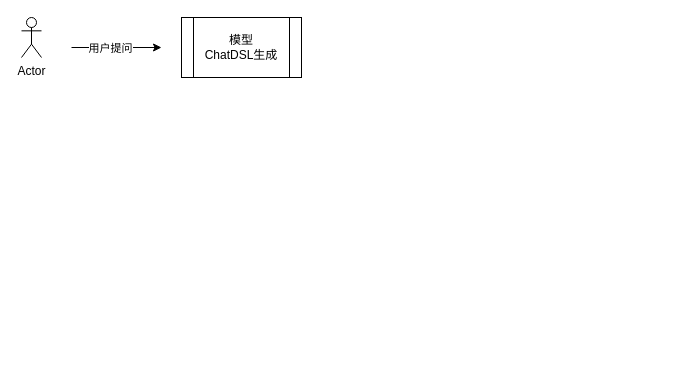
zousiquan/design-drawing keeps this draw.io diagram as Chatbi规则引擎.drawio. Above is the earlier version. Source tidied: cells renumbered, new cells numbered last; positions are measured from the earlier drawing's top-left corner, leaving out a move shared by most shapes. Both pictures are drawn from the tidied source at 100%, with x=0, y=0 at pixel (21, 17).
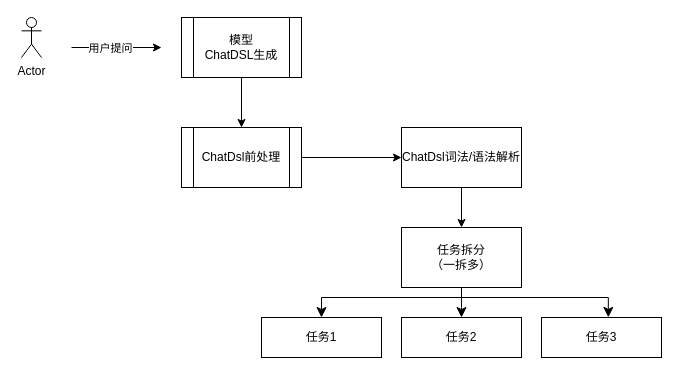
After the change.

Commit message (it also covers changes not shown here):
更新Chatbi规则引擎.drawio

Unchanged cells that the change refers to:
```xml
<mxCell id="5" value="模型&lt;div&gt;ChatDSL&lt;span style=&quot;background-color: transparent;&quot;&gt;生成&lt;/span&gt;&lt;/div&gt;" style="shape=process;whiteSpace=wrap;html=1;backgroundOutline=1;" parent="1" vertex="1">
  <mxGeometry x="160" width="120" height="60" as="geometry" />
</mxCell>
```

What changed in the source:
```diff
@@
+    <mxCell id="6" style="edgeStyle=orthogonalEdgeStyle;rounded=0;jettySize=auto;html=1;" parent="1" edge="1" source="5" target="8">
+      <mxGeometry relative="1" as="geometry" />
+    </mxCell>
@@
+    <mxCell id="7" style="edgeStyle=orthogonalEdgeStyle;rounded=0;jettySize=auto;html=1;" parent="1" edge="1" source="8" target="10">
+      <mxGeometry relative="1" as="geometry" />
+    </mxCell>
+    <mxCell id="8" value="ChatDsl前处理" style="shape=process;whiteSpace=wrap;html=1;backgroundOutline=1;" parent="1" vertex="1">
+      <mxGeometry x="160" y="110" width="120" height="60" as="geometry" />
+    </mxCell>
+    <mxCell id="9" style="edgeStyle=orthogonalEdgeStyle;rounded=0;jettySize=auto;html=1;" parent="1" edge="1" source="10" target="11">
+      <mxGeometry relative="1" as="geometry" />
+    </mxCell>
+    <mxCell id="10" value="ChatDsl词法/语法解析" style="whiteSpace=wrap;html=1;" parent="1" vertex="1">
+      <mxGeometry x="380" y="110" width="120" height="60" as="geometry" />
+    </mxCell>
+    <mxCell id="11" value="任务拆分&lt;div&gt;（一拆多）&lt;/div&gt;" style="whiteSpace=wrap;html=1;" parent="1" vertex="1">
+      <mxGeometry x="380" y="210" width="120" height="60" as="geometry" />
+    </mxCell>
+    <mxCell id="12" value="任务1" style="whiteSpace=wrap;html=1;" parent="1" vertex="1">
+      <mxGeometry x="240" y="300" width="120" height="40" as="geometry" />
+    </mxCell>
+    <mxCell id="13" value="任务2" style="whiteSpace=wrap;html=1;" parent="1" vertex="1">
+      <mxGeometry x="380" y="300" width="120" height="40" as="geometry" />
+    </mxCell>
+    <mxCell id="14" value="任务3" style="whiteSpace=wrap;html=1;" parent="1" vertex="1">
+      <mxGeometry x="520" y="300" width="120" height="40" as="geometry" />
+    </mxCell>
+    <mxCell id="15" style="edgeStyle=elbowEdgeStyle;elbow=vertical;endArrow=classic;html=1;curved=0;rounded=0;endSize=8;startSize=8;exitX=0.5;exitY=1;exitDx=0;exitDy=0;entryX=0.5;entryY=0;entryDx=0;entryDy=0;" parent="1" edge="1" target="12">
+      <mxGeometry relative="1" as="geometry">
+        <mxPoint x="440" y="280" as="sourcePoint" />
+        <Array as="points">
+          <mxPoint x="350" y="280" />
+        </Array>
+      </mxGeometry>
+    </mxCell>
+    <mxCell id="16" style="edgeStyle=elbowEdgeStyle;elbow=vertical;endArrow=classic;html=1;curved=0;rounded=0;endSize=8;startSize=8;exitX=0.5;exitY=1;exitDx=0;exitDy=0;entryX=0.5;entryY=0;entryDx=0;entryDy=0;" parent="1" edge="1" source="11" target="13">
+      <mxGeometry relative="1" as="geometry">
+        <Array as="points">
+          <mxPoint x="450" y="290" />
+        </Array>
+      </mxGeometry>
+    </mxCell>
+    <mxCell id="17" style="edgeStyle=elbowEdgeStyle;elbow=vertical;endArrow=classic;html=1;curved=0;rounded=0;endSize=8;startSize=8;exitX=0.5;exitY=1;exitDx=0;exitDy=0;entryX=0.557;entryY=-0.004;entryDx=0;entryDy=0;entryPerimeter=0;" parent="1" edge="1" source="11" target="14">
+      <mxGeometry relative="1" as="geometry">
+        <Array as="points">
+          <mxPoint x="440" y="280" />
+        </Array>
+      </mxGeometry>
+    </mxCell>
```
